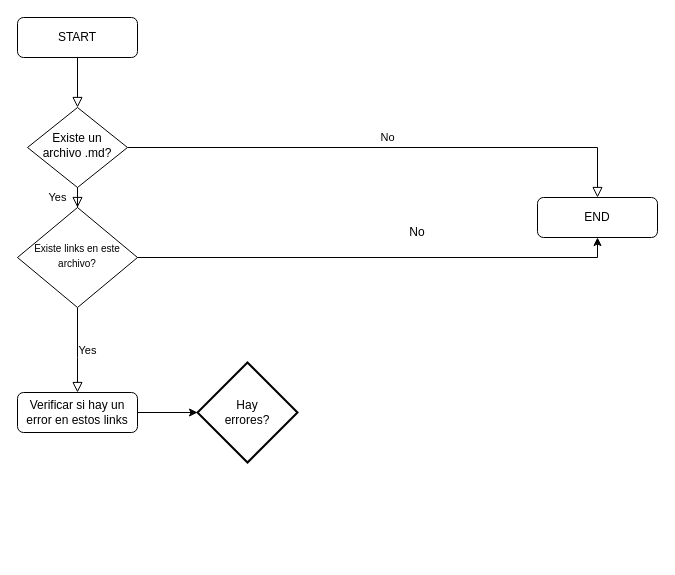
jhosefin/MD-LINKS keeps this draw.io diagram as Diagrama sin título.drawio. Above is the earlier version. Source tidied: cells renumbered, new cells numbered last; positions are measured from the earlier drawing's top-left corner, leaving out a move shared by most shapes. Both pictures are drawn from the tidied source at 100%, with x=0, y=0 at pixel (17, 17).
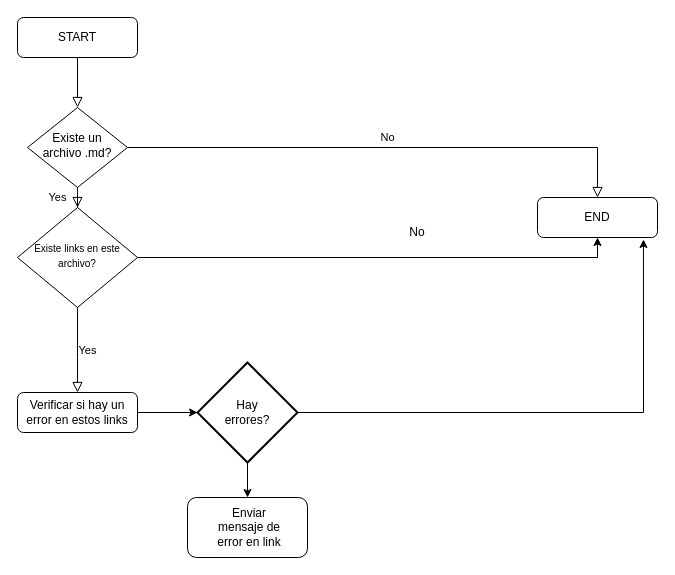
Above is the later version.

Unchanged cells that the change refers to:
```xml
<mxCell id="7" value="END" style="rounded=1;whiteSpace=wrap;html=1;fontSize=12;glass=0;strokeWidth=1;shadow=0;" parent="1" vertex="1">
  <mxGeometry x="520" y="180" width="120" height="40" as="geometry" />
</mxCell>
<mxCell id="14" style="strokeWidth=2;html=1;shape=mxgraph.flowchart.decision;whiteSpace=wrap;" parent="1" vertex="1">
  <mxGeometry x="180" y="345" width="100" height="100" as="geometry" />
</mxCell>
```

Diff of the diagram source:
```diff
@@
+    <mxCell id="16" style="edgeStyle=orthogonalEdgeStyle;rounded=0;jettySize=auto;html=1;exitX=1;exitY=0.5;exitDx=0;exitDy=0;exitPerimeter=0;entryX=0.883;entryY=1.05;entryDx=0;entryDy=0;entryPerimeter=0;" parent="1" edge="1" source="14" target="7">
+      <mxGeometry relative="1" as="geometry" />
+    </mxCell>
+    <mxCell id="17" style="edgeStyle=orthogonalEdgeStyle;rounded=0;jettySize=auto;html=1;exitX=0.5;exitY=1;exitDx=0;exitDy=0;exitPerimeter=0;" parent="1" edge="1" source="14">
+      <mxGeometry relative="1" as="geometry">
+        <mxPoint x="230" y="480" as="targetPoint" />
+      </mxGeometry>
+    </mxCell>
@@
+    <mxCell id="18" style="rounded=1;whiteSpace=wrap;html=1;" parent="1" vertex="1">
+      <mxGeometry x="170" y="480" width="120" height="60" as="geometry" />
+    </mxCell>
+    <mxCell id="19" value="Enviar mensaje de error en link" style="text;strokeColor=none;align=center;fillColor=none;html=1;verticalAlign=middle;whiteSpace=wrap;rounded=0;" parent="1" vertex="1">
+      <mxGeometry x="194" y="495" width="76" height="30" as="geometry" />
+    </mxCell>
```
